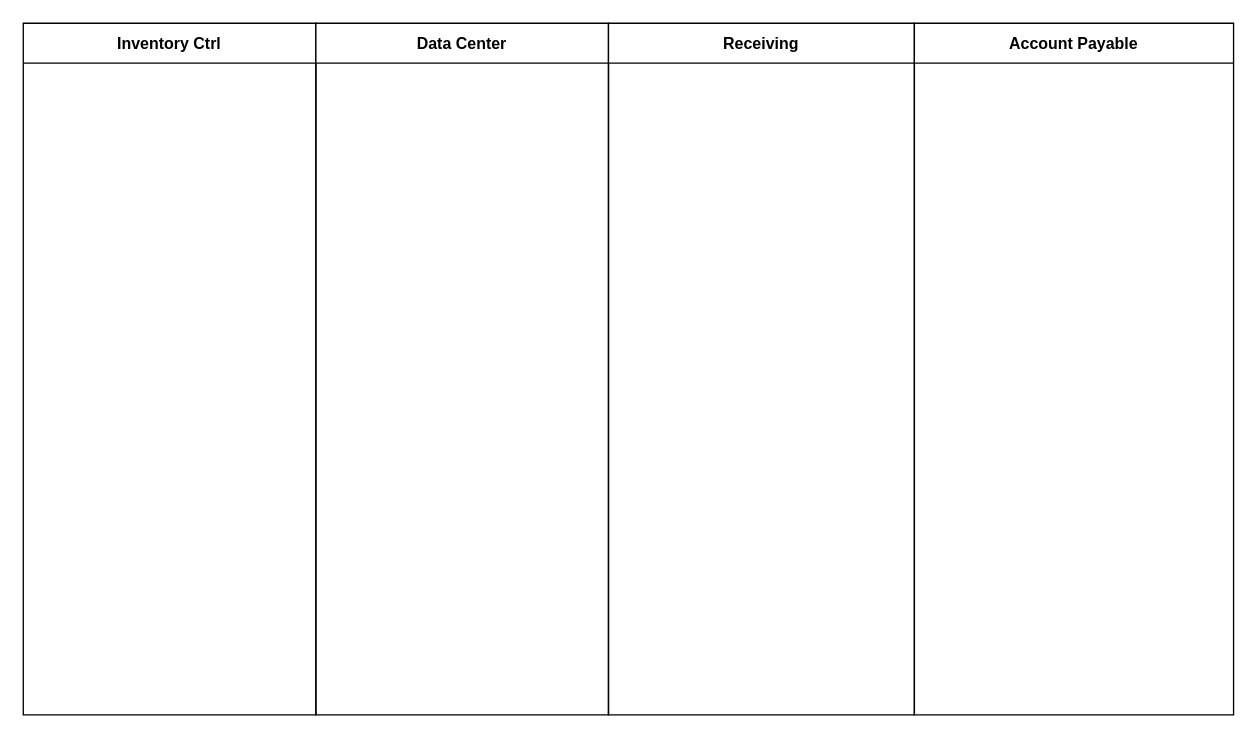
Above: Untitled Diagram.drawio in useyourbra1n/GSLC1 (draw.io), before the change. Source tidied: cells renumbered, new cells numbered last; positions are measured from the earlier drawing's top-left corner, leaving out a move shared by most shapes. Both pictures are drawn from the tidied source at 133%, with x=0, y=0 at pixel (23, 23).
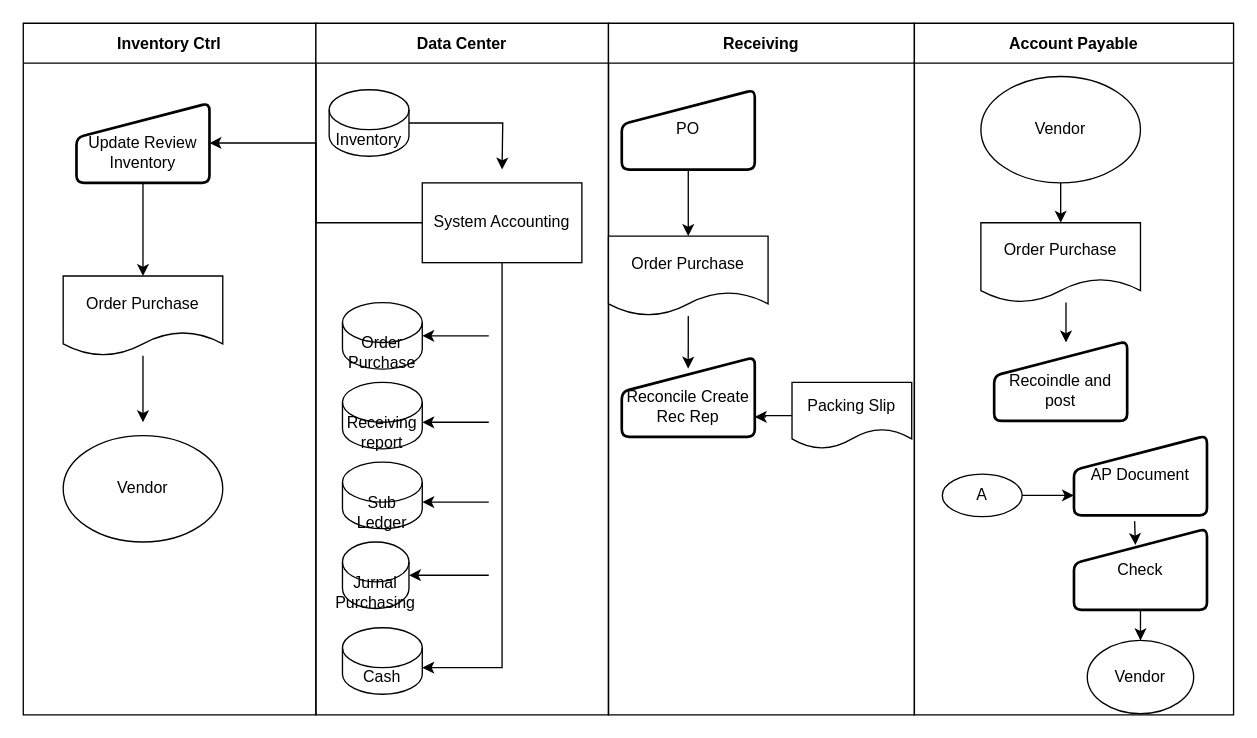
The same diagram, later.

The change refers to these unchanged cells:
```xml
<mxCell id="2" value="Inventory Ctrl" style="swimlane;startSize=30;" parent="1" vertex="1">
  <mxGeometry width="220" height="520" as="geometry" />
</mxCell>
<mxCell id="3" value="Data Center" style="swimlane;startSize=30;" parent="1" vertex="1">
  <mxGeometry x="220" width="220" height="520" as="geometry" />
</mxCell>
<mxCell id="4" value="Receiving" style="swimlane;startSize=30;" parent="1" vertex="1">
  <mxGeometry x="440" width="230" height="520" as="geometry" />
</mxCell>
<mxCell id="5" value="Account Payable" style="swimlane;startSize=30;" parent="1" vertex="1">
  <mxGeometry x="670" width="240" height="520" as="geometry" />
</mxCell>
```

What changed in the source:
```diff
@@
+    <mxCell id="6" style="edgeStyle=orthogonalEdgeStyle;rounded=0;jettySize=auto;html=1;entryX=0.5;entryY=0;entryDx=0;entryDy=0;" parent="2" edge="1" source="7" target="8">
+      <mxGeometry relative="1" as="geometry" />
+    </mxCell>
+    <mxCell id="7" value="&lt;br&gt;Update Review Inventory" style="html=1;strokeWidth=2;shape=manualInput;whiteSpace=wrap;rounded=1;size=26;arcSize=11;" parent="2" vertex="1">
+      <mxGeometry x="40" y="60" width="100" height="60" as="geometry" />
+    </mxCell>
+    <mxCell id="8" value="Order Purchase" style="shape=document;whiteSpace=wrap;html=1;boundedLbl=1;" parent="2" vertex="1">
+      <mxGeometry x="30" y="190" width="120" height="60" as="geometry" />
+    </mxCell>
+    <mxCell id="9" value="Vendor" style="ellipse;whiteSpace=wrap;html=1;" parent="2" vertex="1">
+      <mxGeometry x="30" y="310" width="120" height="80" as="geometry" />
+    </mxCell>
@@
+    <mxCell id="10" value="Inventory" style="shape=cylinder3;whiteSpace=wrap;html=1;boundedLbl=1;backgroundOutline=1;size=15;" parent="3" vertex="1">
+      <mxGeometry x="10" y="50" width="60" height="50" as="geometry" />
+    </mxCell>
+    <mxCell id="11" value="Order Purchase" style="shape=cylinder3;whiteSpace=wrap;html=1;boundedLbl=1;backgroundOutline=1;size=15;" parent="3" vertex="1">
+      <mxGeometry x="20" y="210" width="60" height="50" as="geometry" />
+    </mxCell>
+    <mxCell id="12" value="Receiving report" style="shape=cylinder3;whiteSpace=wrap;html=1;boundedLbl=1;backgroundOutline=1;size=15;" parent="3" vertex="1">
+      <mxGeometry x="20" y="270" width="60" height="50" as="geometry" />
+    </mxCell>
+    <mxCell id="13" value="Sub Ledger" style="shape=cylinder3;whiteSpace=wrap;html=1;boundedLbl=1;backgroundOutline=1;size=15;" parent="3" vertex="1">
+      <mxGeometry x="20" y="330" width="60" height="50" as="geometry" />
+    </mxCell>
+    <mxCell id="14" value="Jurnal Purchasing" style="shape=cylinder3;whiteSpace=wrap;html=1;boundedLbl=1;backgroundOutline=1;size=15;" parent="3" vertex="1">
+      <mxGeometry x="20" y="390" width="50" height="50" as="geometry" />
+    </mxCell>
+    <mxCell id="15" value="Cash" style="shape=cylinder3;whiteSpace=wrap;html=1;boundedLbl=1;backgroundOutline=1;size=15;" parent="3" vertex="1">
+      <mxGeometry x="20" y="454.5" width="60" height="50" as="geometry" />
+    </mxCell>
+    <mxCell id="16" style="edgeStyle=orthogonalEdgeStyle;rounded=0;jettySize=auto;html=1;entryX=1;entryY=0;entryDx=0;entryDy=30;entryPerimeter=0;" parent="3" edge="1" source="17" target="15">
+      <mxGeometry relative="1" as="geometry">
+        <Array as="points">
+          <mxPoint x="140" y="484" />
+        </Array>
+      </mxGeometry>
+    </mxCell>
+    <mxCell id="17" value="System Accounting" style="rounded=0;whiteSpace=wrap;html=1;" parent="3" vertex="1">
+      <mxGeometry x="80" y="120" width="120" height="60" as="geometry" />
+    </mxCell>
@@
+    <mxCell id="18" style="edgeStyle=orthogonalEdgeStyle;rounded=0;jettySize=auto;html=1;" parent="4" edge="1" source="19" target="21">
+      <mxGeometry relative="1" as="geometry" />
+    </mxCell>
+    <mxCell id="19" value="PO" style="html=1;strokeWidth=2;shape=manualInput;whiteSpace=wrap;rounded=1;size=26;arcSize=11;" parent="4" vertex="1">
+      <mxGeometry x="10" y="50" width="100" height="60" as="geometry" />
+    </mxCell>
+    <mxCell id="20" style="edgeStyle=orthogonalEdgeStyle;rounded=0;jettySize=auto;html=1;entryX=0.499;entryY=0.145;entryDx=0;entryDy=0;entryPerimeter=0;" parent="4" edge="1" source="21" target="22">
+      <mxGeometry relative="1" as="geometry" />
+    </mxCell>
+    <mxCell id="21" value="Order Purchase" style="shape=document;whiteSpace=wrap;html=1;boundedLbl=1;" parent="4" vertex="1">
+      <mxGeometry y="160" width="120" height="60" as="geometry" />
+    </mxCell>
+    <mxCell id="22" value="&lt;br&gt;Reconcile Create Rec Rep" style="html=1;strokeWidth=2;shape=manualInput;whiteSpace=wrap;rounded=1;size=26;arcSize=11;" parent="4" vertex="1">
+      <mxGeometry x="10" y="251" width="100" height="60" as="geometry" />
+    </mxCell>
+    <mxCell id="23" style="edgeStyle=orthogonalEdgeStyle;rounded=0;jettySize=auto;html=1;entryX=1;entryY=0.75;entryDx=0;entryDy=0;" parent="4" edge="1" source="24" target="22">
+      <mxGeometry relative="1" as="geometry" />
+    </mxCell>
+    <mxCell id="24" value="Packing Slip" style="shape=document;whiteSpace=wrap;html=1;boundedLbl=1;" parent="4" vertex="1">
+      <mxGeometry x="138" y="270" width="90" height="50" as="geometry" />
+    </mxCell>
@@
+    <mxCell id="25" style="edgeStyle=orthogonalEdgeStyle;rounded=0;jettySize=auto;html=1;" parent="5" edge="1" source="26">
+      <mxGeometry relative="1" as="geometry">
+        <mxPoint x="110" y="150" as="targetPoint" />
+      </mxGeometry>
+    </mxCell>
+    <mxCell id="26" value="Vendor" style="ellipse;whiteSpace=wrap;html=1;" parent="5" vertex="1">
+      <mxGeometry x="50" y="40" width="120" height="80" as="geometry" />
+    </mxCell>
+    <mxCell id="27" value="Order Purchase" style="shape=document;whiteSpace=wrap;html=1;boundedLbl=1;" parent="5" vertex="1">
+      <mxGeometry x="50" y="150" width="120" height="60" as="geometry" />
+    </mxCell>
+    <mxCell id="28" value="&lt;br&gt;Recoindle and post" style="html=1;strokeWidth=2;shape=manualInput;whiteSpace=wrap;rounded=1;size=26;arcSize=11;" parent="5" vertex="1">
+      <mxGeometry x="60" y="239" width="100" height="60" as="geometry" />
+    </mxCell>
+    <mxCell id="29" style="endArrow=classic;html=1;rounded=0;" parent="5" edge="1">
+      <mxGeometry relative="1" as="geometry">
+        <mxPoint x="114" y="210" as="sourcePoint" />
+        <mxPoint x="114" y="240" as="targetPoint" />
+      </mxGeometry>
+    </mxCell>
+    <mxCell id="30" value="A" style="ellipse;whiteSpace=wrap;html=1;" parent="5" vertex="1">
+      <mxGeometry x="21" y="339" width="60" height="32" as="geometry" />
+    </mxCell>
+    <mxCell id="31" value="AP Document" style="html=1;strokeWidth=2;shape=manualInput;whiteSpace=wrap;rounded=1;size=26;arcSize=11;" parent="5" vertex="1">
+      <mxGeometry x="120" y="310" width="100" height="60" as="geometry" />
+    </mxCell>
+    <mxCell id="32" style="endArrow=classic;html=1;rounded=0;entryX=0;entryY=0.75;entryDx=0;entryDy=0;exitX=1;exitY=0.5;exitDx=0;exitDy=0;" parent="5" edge="1" source="30" target="31">
+      <mxGeometry relative="1" as="geometry" />
+    </mxCell>
+    <mxCell id="33" style="edgeStyle=orthogonalEdgeStyle;rounded=0;jettySize=auto;html=1;entryX=0.5;entryY=0;entryDx=0;entryDy=0;" parent="5" edge="1" source="34" target="35">
+      <mxGeometry relative="1" as="geometry" />
+    </mxCell>
+    <mxCell id="34" value="Check" style="html=1;strokeWidth=2;shape=manualInput;whiteSpace=wrap;rounded=1;size=26;arcSize=11;" parent="5" vertex="1">
+      <mxGeometry x="120" y="380" width="100" height="61" as="geometry" />
+    </mxCell>
+    <mxCell id="35" value="Vendor" style="ellipse;whiteSpace=wrap;html=1;" parent="5" vertex="1">
+      <mxGeometry x="130" y="464" width="80" height="55" as="geometry" />
+    </mxCell>
+    <mxCell id="36" style="endArrow=classic;html=1;rounded=0;exitX=0.456;exitY=1.072;exitDx=0;exitDy=0;exitPerimeter=0;entryX=0.462;entryY=0.201;entryDx=0;entryDy=0;entryPerimeter=0;" parent="5" edge="1" source="31" target="34">
+      <mxGeometry relative="1" as="geometry" />
+    </mxCell>
+    <mxCell id="37" style="endArrow=classic;html=1;rounded=0;entryX=1;entryY=0.5;entryDx=0;entryDy=0;entryPerimeter=0;" parent="1" edge="1" target="14">
+      <mxGeometry relative="1" as="geometry">
+        <mxPoint x="350" y="415" as="sourcePoint" />
+      </mxGeometry>
+    </mxCell>
+    <mxCell id="38" style="endArrow=classic;html=1;rounded=0;entryX=1;entryY=0;entryDx=0;entryDy=30;entryPerimeter=0;" parent="1" edge="1" target="13">
+      <mxGeometry relative="1" as="geometry">
+        <mxPoint x="350" y="360" as="sourcePoint" />
+      </mxGeometry>
+    </mxCell>
+    <mxCell id="39" style="endArrow=classic;html=1;rounded=0;entryX=1;entryY=0;entryDx=0;entryDy=30;entryPerimeter=0;" parent="1" edge="1" target="12">
+      <mxGeometry relative="1" as="geometry">
+        <mxPoint x="350" y="300" as="sourcePoint" />
+      </mxGeometry>
+    </mxCell>
+    <mxCell id="40" style="endArrow=classic;html=1;rounded=0;entryX=1;entryY=0.5;entryDx=0;entryDy=0;entryPerimeter=0;" parent="1" edge="1" target="11">
+      <mxGeometry relative="1" as="geometry">
+        <mxPoint x="350" y="235" as="sourcePoint" />
+      </mxGeometry>
+    </mxCell>
+    <mxCell id="41" style="edgeStyle=orthogonalEdgeStyle;rounded=0;jettySize=auto;html=1;" parent="1" edge="1" source="10">
+      <mxGeometry relative="1" as="geometry">
+        <mxPoint x="360" y="110" as="targetPoint" />
+      </mxGeometry>
+    </mxCell>
+    <mxCell id="42" style="edgeStyle=orthogonalEdgeStyle;rounded=0;jettySize=auto;html=1;entryX=1;entryY=0.5;entryDx=0;entryDy=0;" parent="1" edge="1" source="17" target="7">
+      <mxGeometry relative="1" as="geometry" />
+    </mxCell>
+    <mxCell id="43" style="edgeStyle=orthogonalEdgeStyle;rounded=0;jettySize=auto;html=1;" parent="1" edge="1" source="8">
+      <mxGeometry relative="1" as="geometry">
+        <mxPoint x="90" y="300" as="targetPoint" />
+      </mxGeometry>
+    </mxCell>
```
